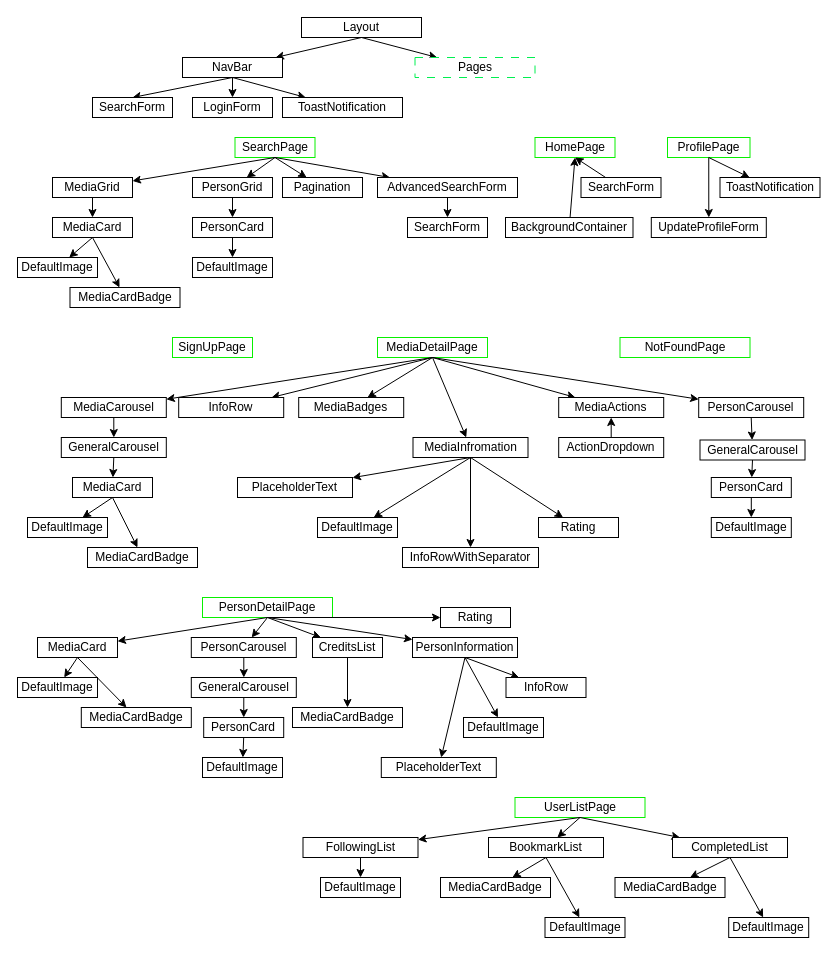
RUC-MSc-CS-CIT-2024/portfolio_subproject_3 keeps this draw.io diagram as src/frontend/docs/hierarchy-diagram.drawio. Above is the earlier version. Source tidied: cells renumbered, new cells numbered last; positions are measured from the earlier drawing's top-left corner, leaving out a move shared by most shapes. Both pictures are drawn from the tidied source at 100%, with x=0, y=0 at pixel (17, 17).
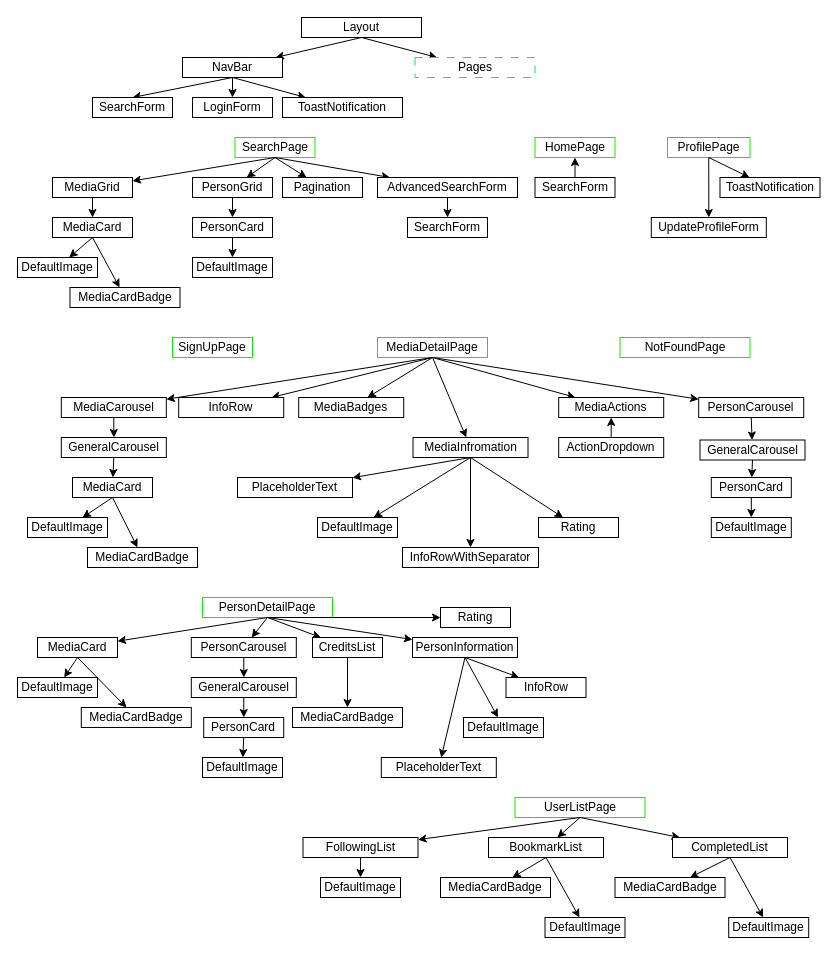
Above is the later version.

Commit message (it also covers changes not shown here):
removing background component

Unchanged cells that the change refers to:
```xml
<mxCell id="5" value="HomePage" style="whiteSpace=wrap;html=1;strokeColor=#08F000;" parent="1" vertex="1">
  <mxGeometry x="517.5" y="120" width="80" height="20" as="geometry" />
</mxCell>
```

Change to the diagram source:
```diff
@@
     <mxCell id="11" value="SearchForm" style="whiteSpace=wrap;html=1;" parent="1" vertex="1">
-      <mxGeometry x="563.5" y="160" width="80" height="20" as="geometry" />
+      <mxGeometry x="517.5" y="160" width="80" height="20" as="geometry" />
     </mxCell>
@@
-    <mxCell id="127" style="edgeStyle=none;html=1;entryX=0.5;entryY=1;entryDx=0;entryDy=0;" parent="1" edge="1" source="128" target="5">
-      <mxGeometry relative="1" as="geometry" />
-    </mxCell>
-    <mxCell id="128" value="BackgroundContainer" style="whiteSpace=wrap;html=1;" parent="1" vertex="1">
-      <mxGeometry x="488" y="200" width="127.5" height="20" as="geometry" />
-    </mxCell>
```
